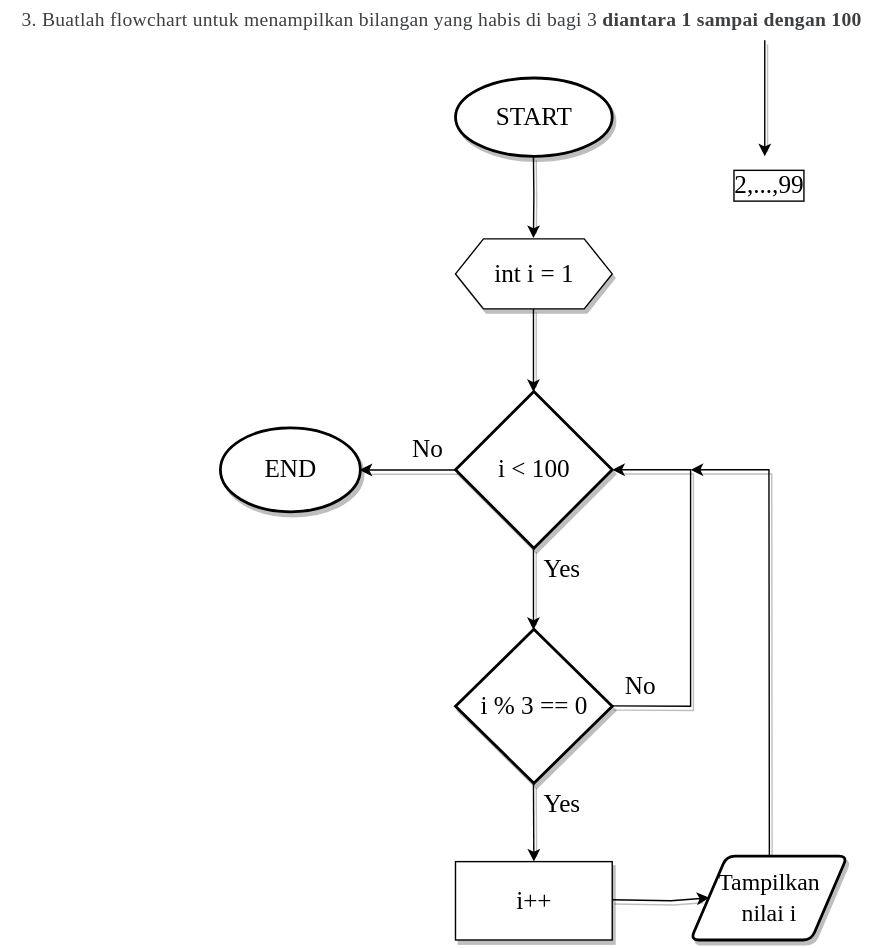
Earlier version of the draw.io export Tugas 1 Kawah Edukasi Batch 5 Reza Fauzan Adhima.drawio.svg (RezaFauzan945/Pelatihan-Kawah-Edukasi-Batch-5). Source tidied: cells renumbered, new cells last; positions are measured from the earlier drawing's top-left corner, leaving out a move shared by most shapes.
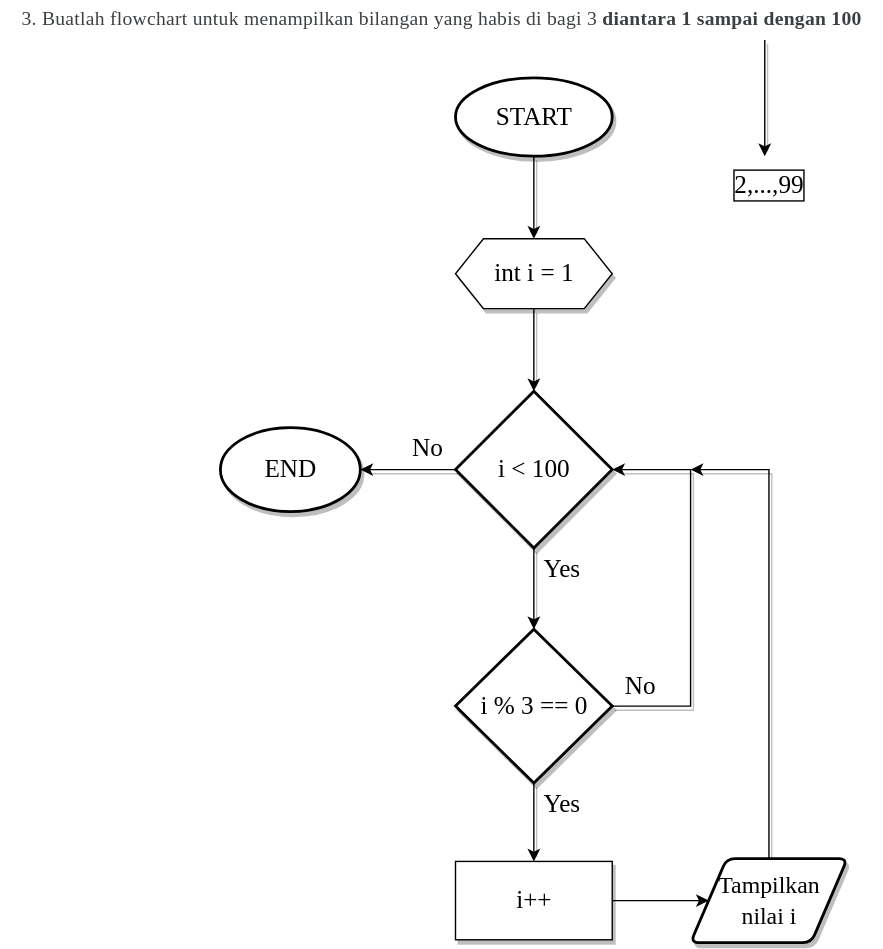
Later version of the same file.

What changed in the source:
```diff
@@ -70,13 +70,8 @@
     <mxCell id="18" value="No" style="text;align=center;verticalAlign=middle;fontFamily=Times New Roman;labelBorderColor=none;html=1;sketch=0;shadow=1;backgroundOutline=1;comic=0;fontSize=18;" parent="1" vertex="1">
       <mxGeometry x="277" y="299" width="56" height="42" as="geometry" />
     </mxCell>
-    <mxCell id="19" style="edgeStyle=orthogonalEdgeStyle;rounded=0;jettySize=auto;fontFamily=Times New Roman;labelBorderColor=none;html=1;sketch=0;shadow=1;snapToPoint=1;backgroundOutline=1;comic=0;fontSize=18;" parent="1" edge="1" source="20" target="22">
-      <mxGeometry relative="1" as="geometry">
-        <Array as="points">
-          <mxPoint x="479" y="643" />
-          <mxPoint x="479" y="643" />
-        </Array>
-      </mxGeometry>
+    <mxCell id="19" style="edgeStyle=orthogonalEdgeStyle;rounded=0;jettySize=auto;html=1;" parent="1" edge="1" source="20" target="22">
+      <mxGeometry relative="1" as="geometry" />
     </mxCell>
     <mxCell id="20" value="i++" style="dashed=0;whitespace=wrap;fontFamily=Times New Roman;labelBorderColor=none;html=1;sketch=0;shadow=1;snapToPoint=1;backgroundOutline=1;comic=0;fontSize=18;" parent="1" vertex="1">
       <mxGeometry x="325" y="615" width="112" height="56" as="geometry" />
@@ -90,7 +85,7 @@
       </mxGeometry>
     </mxCell>
     <mxCell id="22" value="&lt;font style=&quot;font-size: 17px;&quot;&gt;Tampilkan &lt;br style=&quot;&quot;&gt;nilai i&lt;/font&gt;" style="shape=parallelogram;strokeWidth=2;perimeter=parallelogramPerimeter;rounded=1;arcSize=12;size=0.23;fontFamily=Times New Roman;labelBorderColor=none;html=1;sketch=0;shadow=1;snapToPoint=1;backgroundOutline=1;comic=0;fontSize=18;" parent="1" vertex="1">
-      <mxGeometry x="493" y="611" width="112" height="60" as="geometry" />
+      <mxGeometry x="493" y="613" width="112" height="60" as="geometry" />
     </mxCell>
     <mxCell id="23" value="2,...,99" style="text;html=1;align=center;verticalAlign=middle;points=[];strokeColor=none;fillColor=none;fontSize=18;fontFamily=Times New Roman;labelBorderColor=default;" parent="1" vertex="1">
       <mxGeometry x="507" y="111" width="84" height="42" as="geometry" />
```
